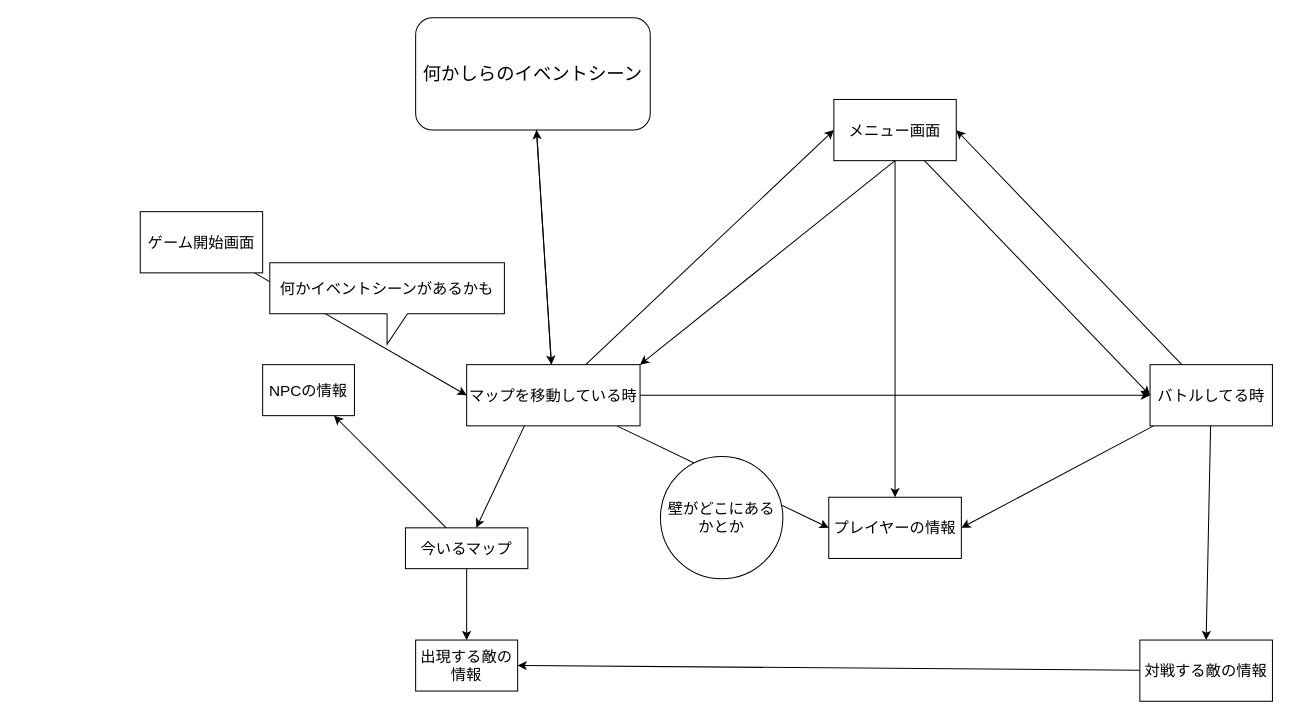
The draw.io diagram design.dio in hk-p114514/gohanRPG, before the edit. Source tidied: cells renumbered, new cells numbered last; positions are measured from the earlier drawing's top-left corner, leaving out a move shared by most shapes. Both pictures are drawn from the tidied source at 102%, with x=0, y=0 at pixel (140, 17).
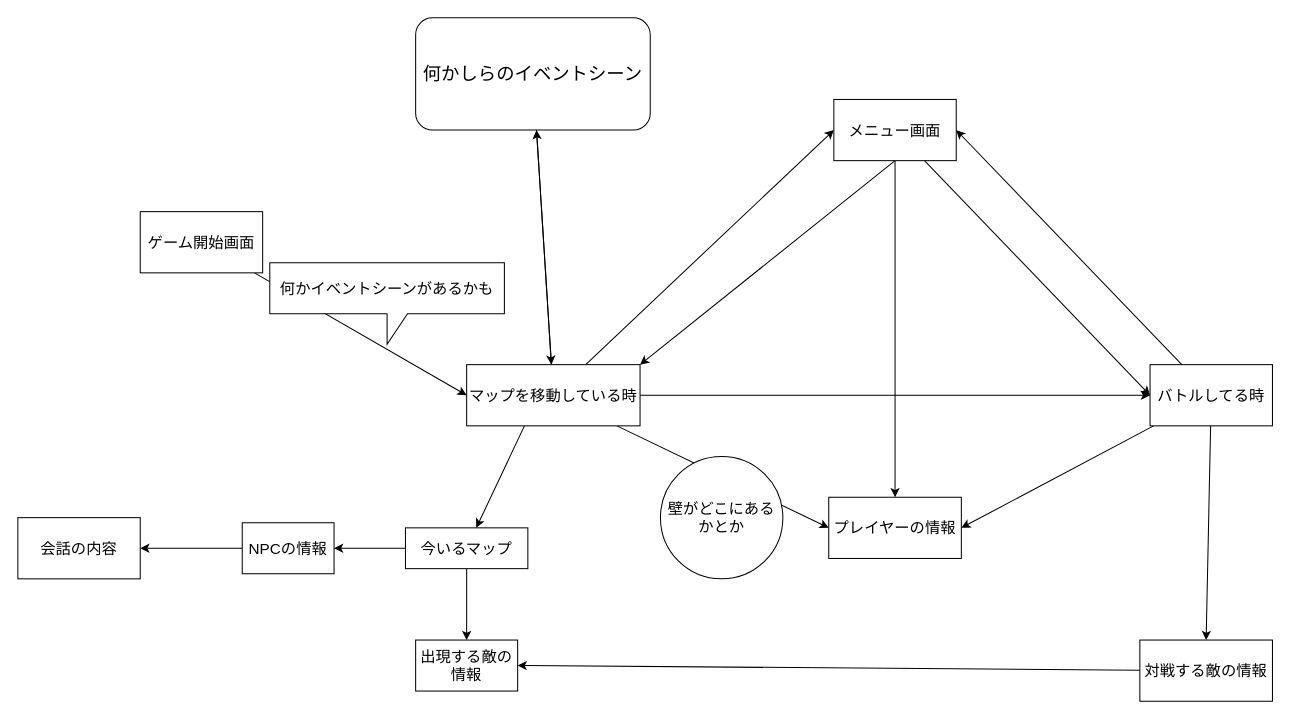
The same diagram, later.

Diff of the diagram source:
```diff
@@
+    <mxCell id="30" style="edgeStyle=none;html=1;entryX=1;entryY=0.5;entryDx=0;entryDy=0;fontSize=15;" parent="1" edge="1" source="6" target="31">
+      <mxGeometry relative="1" as="geometry" />
+    </mxCell>
     <mxCell id="6" value="NPCの情報" style="rounded=0;whiteSpace=wrap;html=1;strokeWidth=1;fontSize=15;" parent="1" vertex="1">
-      <mxGeometry x="120" y="340" width="90" height="50" as="geometry" />
+      <mxGeometry x="100" y="495" width="90" height="50" as="geometry" />
     </mxCell>
@@
+    <mxCell id="31" value="&lt;font style=&quot;font-size: 15px&quot;&gt;会話の内容&lt;/font&gt;" style="rounded=0;whiteSpace=wrap;html=1;" parent="1" vertex="1">
+      <mxGeometry x="-120" y="490" width="120" height="60" as="geometry" />
+    </mxCell>
```
